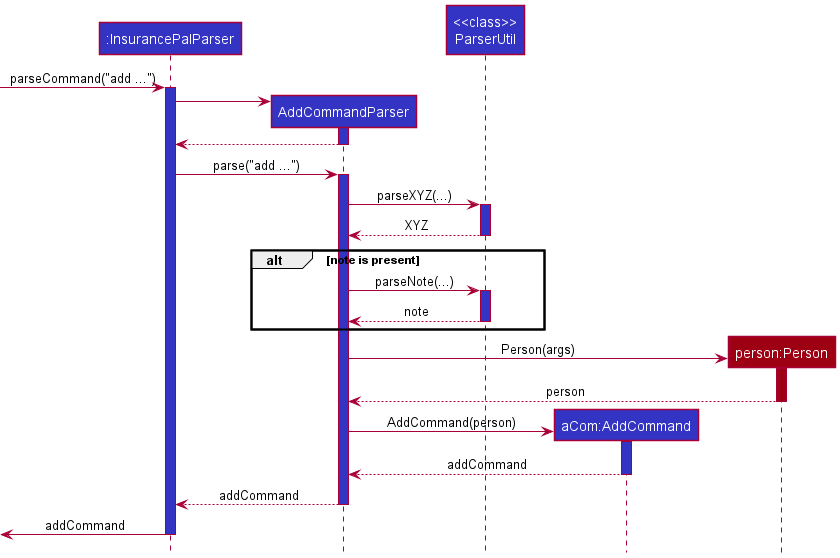
This is docs/images/AddCommandSequenceDiagram.png from nus-cs2103-AY2122S1/tp, a PlantUML export, as it was before one commit.
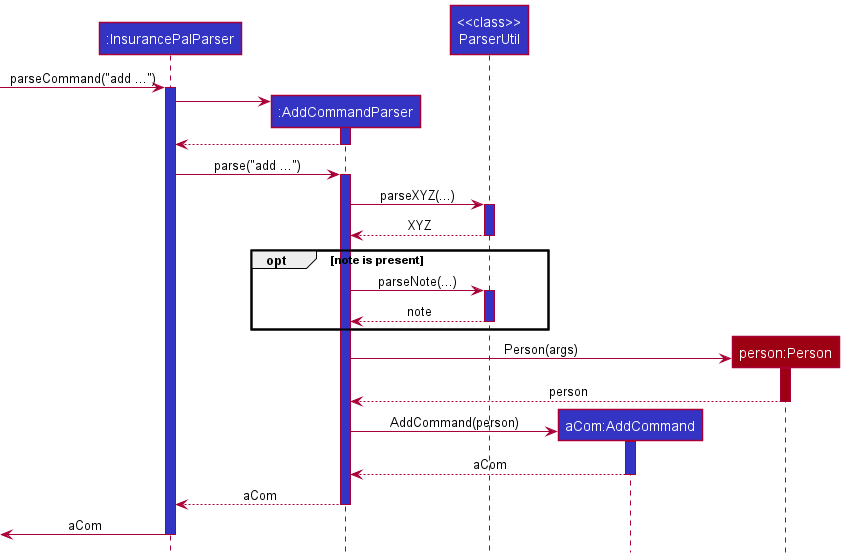
Later version of the same file.

Change to the diagram source:
```diff
@@ -2,7 +2,7 @@
 !include style.puml
 
 Participant ":InsurancePalParser" as InsurancePalParser LOGIC_COLOR
-Participant AddCommandParser LOGIC_COLOR
+Participant ":AddCommandParser" as AddCommandParser LOGIC_COLOR
 Participant "<<class>>\nParserUtil" as ParserUtil LOGIC_COLOR
 Participant "aCom:AddCommand" as AddCommand LOGIC_COLOR
 Participant "person:Person" as Person MODEL_COLOR
@@ -18,11 +18,11 @@
 AddCommandParser -> ParserUtil : parseXYZ(...)
 activate ParserUtil LOGIC_COLOR
 return XYZ
-alt note is present
+opt note is present
     AddCommandParser -> ParserUtil : parseNote(...)
     activate ParserUtil LOGIC_COLOR
     return note
-end alt
+end opt
 create Person
 AddCommandParser -> Person : Person(args)
 activate Person MODEL_COLOR
@@ -30,10 +30,10 @@
 create AddCommand
 AddCommandParser -> AddCommand : AddCommand(person)
 activate AddCommand LOGIC_COLOR
-return addCommand
-return addCommand
+return aCom
+return aCom
 deactivate AddCommandParser
-<- InsurancePalParser : addCommand
+<- InsurancePalParser : aCom
 deactivate InsurancePalParser
 
 @enduml
```
